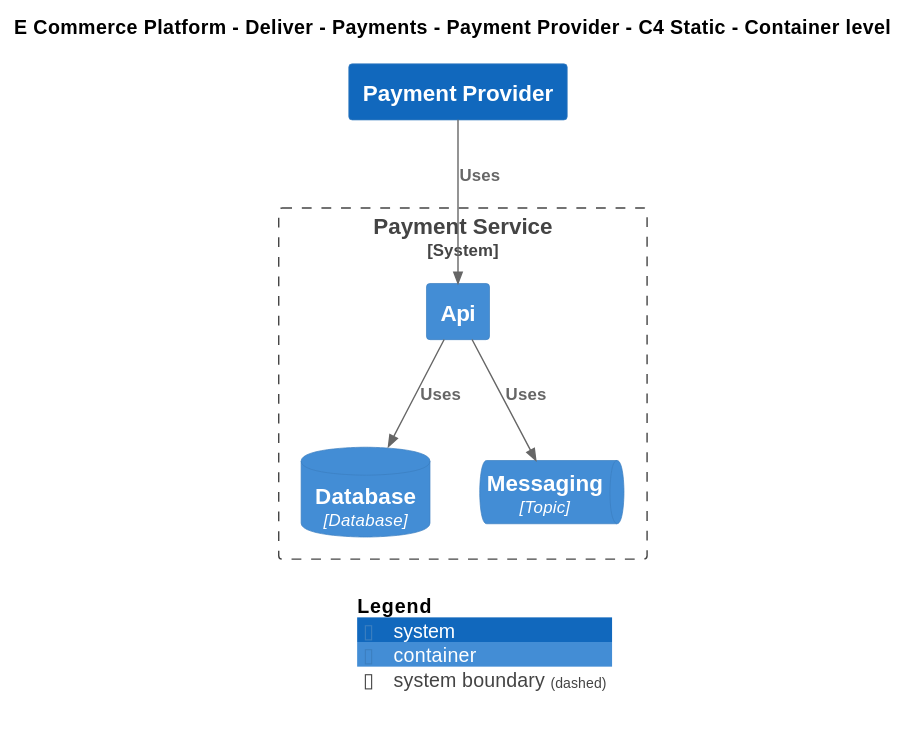
Above: Samples/E-Commerce Platform/Yaml/Diagrams/E Commerce Platform/Deliver/Payments/Software Systems/Payment Provider/Container - C4 Static.svg in mnadenysenko/C4InterFlow (PlantUML), before the change.
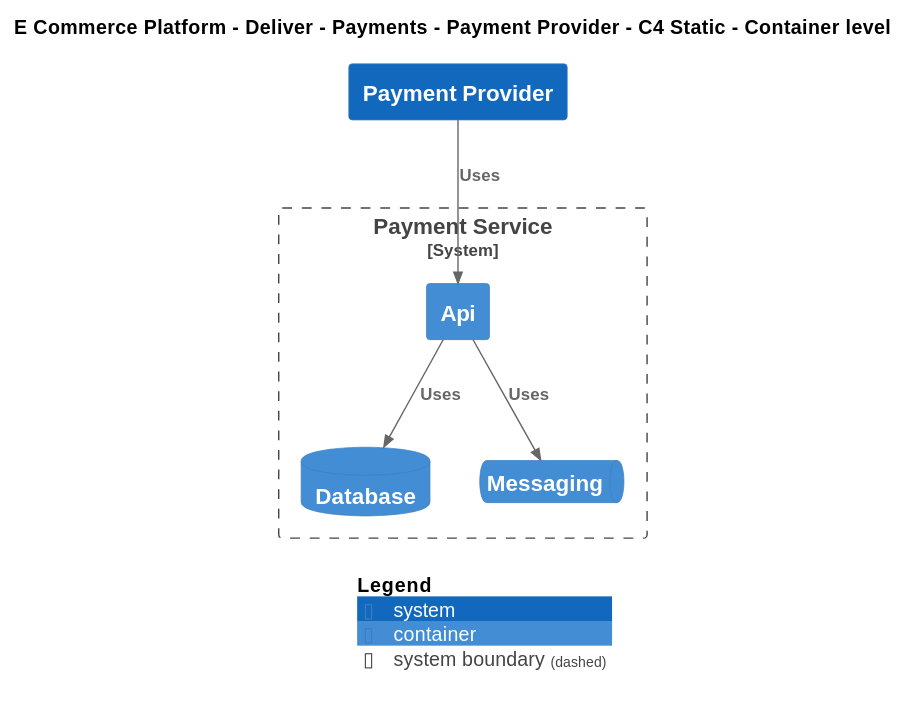
The same file after the commit.

Change to the diagram source:
```diff
@@ -20,8 +20,8 @@
 
 System_Boundary(ECommercePlatform.Deliver.Payments.SoftwareSystems.PaymentService, "Payment Service") {
     Container(ECommercePlatform.Deliver.Payments.SoftwareSystems.PaymentService.Containers.Api, "Api", "", "")
-    ContainerDb(ECommercePlatform.Deliver.Payments.SoftwareSystems.PaymentService.Containers.Database, "Database", "Database", "")
-    ContainerQueue(ECommercePlatform.Deliver.Payments.SoftwareSystems.PaymentService.Containers.Messaging, "Messaging", "Topic", "")
+    ContainerDb(ECommercePlatform.Deliver.Payments.SoftwareSystems.PaymentService.Containers.Database, "Database", "", "")
+    ContainerQueue(ECommercePlatform.Deliver.Payments.SoftwareSystems.PaymentService.Containers.Messaging, "Messaging", "", "")
 }
 
 Rel(ECommercePlatform.Deliver.Payments.SoftwareSystems.PaymentProvider, ECommercePlatform.Deliver.Payments.SoftwareSystems.PaymentService.Containers.Api, "Uses")
```
